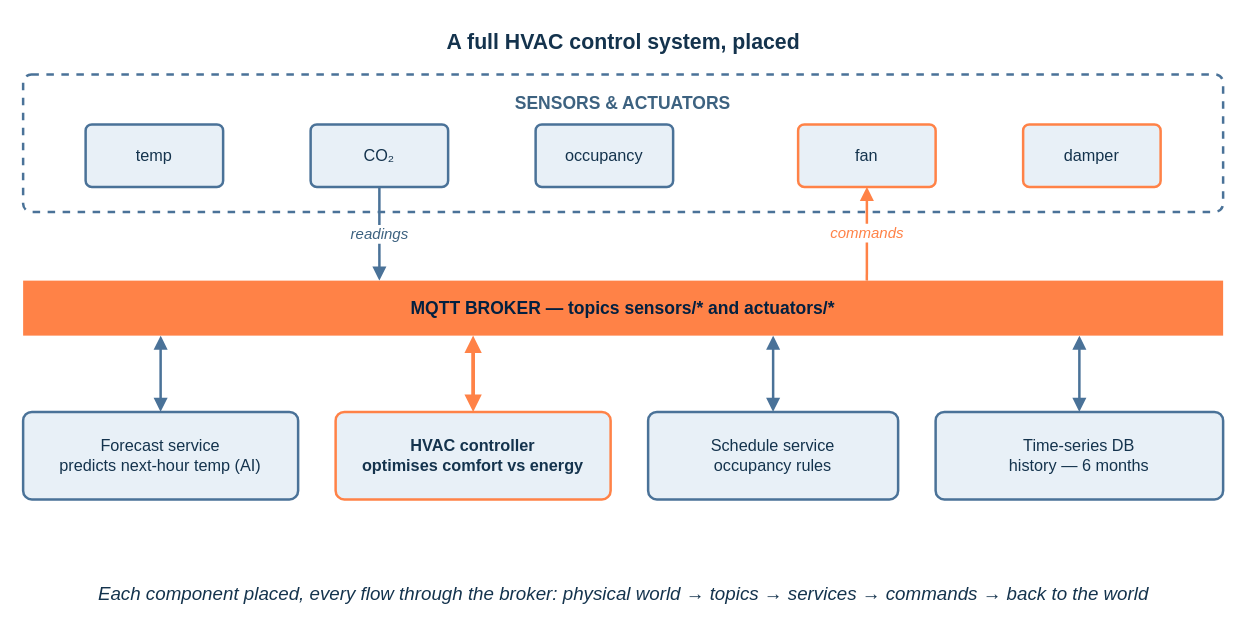
Above: course-notes/diagrams/course-notes2-fig06.drawio in eislab-cps/D7065E (draw.io), before the change. Source tidied: cells renumbered, new cells numbered last; positions are measured from the earlier drawing's top-left corner, leaving out a move shared by most shapes. Both pictures are drawn from the tidied source at 125%, with x=0, y=0 at pixel (22, 21).
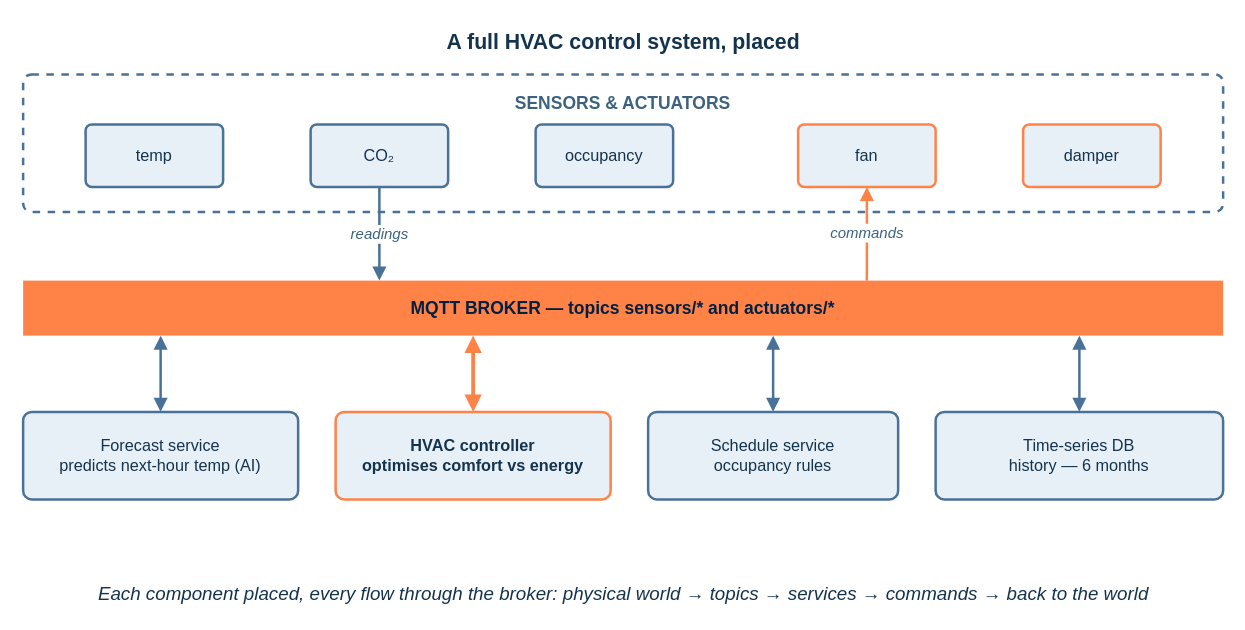
After the change.

The change refers to these unchanged cells:
```xml
<mxCell id="7" value="fan" style="rounded=1;whiteSpace=wrap;html=1;fillColor=#E8F0F7;strokeColor=#FF8247;strokeWidth=2;fontColor=#14334D;fontSize=13;fontFamily=Helvetica;arcSize=10;" parent="1" vertex="1">
  <mxGeometry x="620" y="82" width="110" height="50" as="geometry" />
</mxCell>
<mxCell id="9" value="MQTT BROKER — topics sensors/* and actuators/*" style="whiteSpace=wrap;html=1;fillColor=#FF8247;strokeColor=none;fontColor=#032040;fontSize=14;fontStyle=1;fontFamily=Helvetica;" parent="1" vertex="1">
  <mxGeometry y="207" width="960" height="44" as="geometry" />
</mxCell>
```

Diff of the diagram source:
```diff
@@
-    <mxCell id="11" value="commands" style="endArrow=block;html=1;strokeColor=#FF8247;strokeWidth=2;fontColor=#FF8247;fontSize=12;fontStyle=2;fontFamily=Helvetica;labelBackgroundColor=#FFFFFF;exitX=0.7031;exitY=0;entryX=0.5;entryY=1;" parent="1" edge="1" source="9" target="7">
+    <mxCell id="11" value="commands" style="endArrow=block;html=1;strokeColor=#FF8247;strokeWidth=2;fontColor=#3D6280;fontSize=12;fontStyle=2;fontFamily=Helvetica;labelBackgroundColor=#FFFFFF;exitX=0.7031;exitY=0;entryX=0.5;entryY=1;" parent="1" edge="1" source="9" target="7">
       <mxGeometry relative="1" as="geometry" />
     </mxCell>
```
